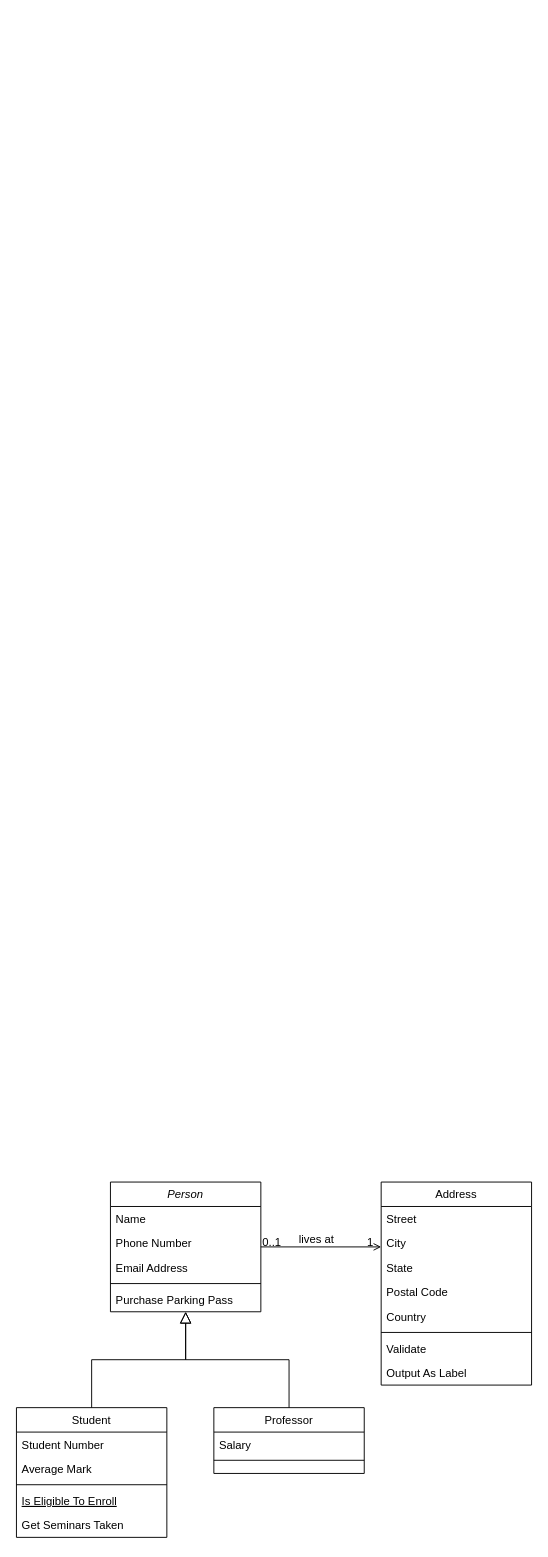
DjalmaANeto/modelagem-planos-de-curso-aula keeps this draw.io diagram as diagrama de classes.drawio. Above is the earlier version. Source tidied: cells renumbered, new cells numbered last; positions are measured from the earlier drawing's top-left corner, leaving out a move shared by most shapes. Both pictures are drawn from the tidied source at 94%, with x=0, y=0 at pixel (16, 1182).
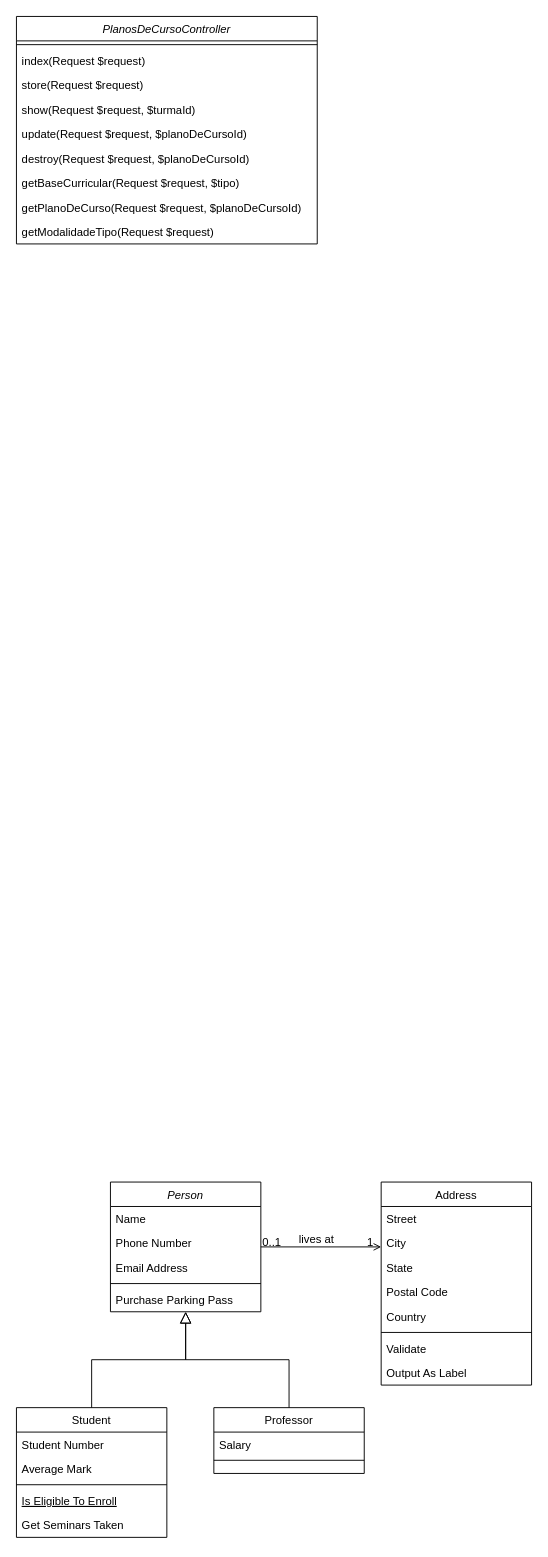
The same page after the edit.

Change to the diagram source:
```diff
@@
+    <mxCell id="32" value="PlanosDeCursoController" style="swimlane;fontStyle=2;align=center;verticalAlign=top;horizontal=1;startSize=26;rounded=0;shadow=0;strokeWidth=1;" parent="1" vertex="1">
+      <mxGeometry y="-1240" width="320" height="242" as="geometry" />
+    </mxCell>
+    <mxCell id="33" style="line;html=1;strokeWidth=1;align=left;verticalAlign=middle;spacingTop=-1;spacingLeft=3;spacingRight=3;labelPosition=right;" parent="32" vertex="1">
+      <mxGeometry y="26" width="320" height="8" as="geometry" />
+    </mxCell>
+    <mxCell id="34" value="index(Request $request)" style="text;align=left;verticalAlign=top;spacingLeft=4;spacingRight=4;overflow=hidden;" parent="32" vertex="1">
+      <mxGeometry y="34" width="320" height="26" as="geometry" />
+    </mxCell>
+    <mxCell id="35" value="store(Request $request)" style="text;align=left;verticalAlign=top;spacingLeft=4;spacingRight=4;overflow=hidden;" parent="32" vertex="1">
+      <mxGeometry y="60" width="320" height="26" as="geometry" />
+    </mxCell>
+    <mxCell id="36" value="show(Request $request, $turmaId)" style="text;align=left;verticalAlign=top;spacingLeft=4;spacingRight=4;overflow=hidden;" parent="32" vertex="1">
+      <mxGeometry y="86" width="320" height="26" as="geometry" />
+    </mxCell>
+    <mxCell id="37" value="update(Request $request, $planoDeCursoId)" style="text;align=left;verticalAlign=top;spacingLeft=4;spacingRight=4;overflow=hidden;" parent="32" vertex="1">
+      <mxGeometry y="112" width="320" height="26" as="geometry" />
+    </mxCell>
+    <mxCell id="38" value="destroy(Request $request, $planoDeCursoId)" style="text;align=left;verticalAlign=top;spacingLeft=4;spacingRight=4;overflow=hidden;" parent="32" vertex="1">
+      <mxGeometry y="138" width="320" height="26" as="geometry" />
+    </mxCell>
+    <mxCell id="39" value="getBaseCurricular(Request $request, $tipo)" style="text;align=left;verticalAlign=top;spacingLeft=4;spacingRight=4;overflow=hidden;" parent="32" vertex="1">
+      <mxGeometry y="164" width="320" height="26" as="geometry" />
+    </mxCell>
+    <mxCell id="40" value="getPlanoDeCurso(Request $request, $planoDeCursoId)" style="text;align=left;verticalAlign=top;spacingLeft=4;spacingRight=4;overflow=hidden;" parent="32" vertex="1">
+      <mxGeometry y="190" width="320" height="26" as="geometry" />
+    </mxCell>
+    <mxCell id="41" value="getModalidadeTipo(Request $request)" style="text;align=left;verticalAlign=top;spacingLeft=4;spacingRight=4;overflow=hidden;" parent="32" vertex="1">
+      <mxGeometry y="216" width="320" height="26" as="geometry" />
+    </mxCell>
```
